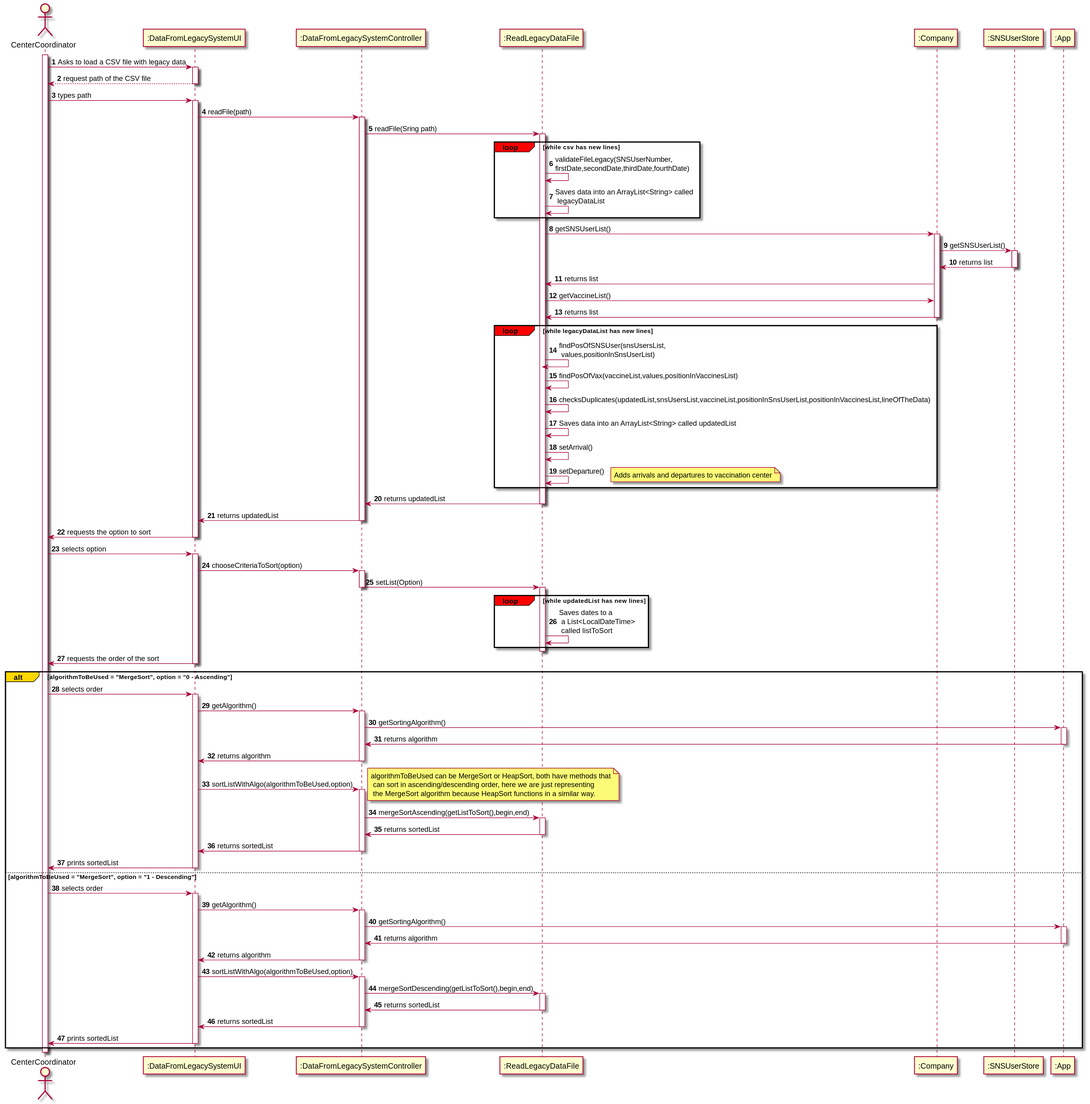
Earlier version of the PlantUML export docs/SprintD/US017/US017_SD.svg (Pirussa/lei-22-s2-1da-g02).
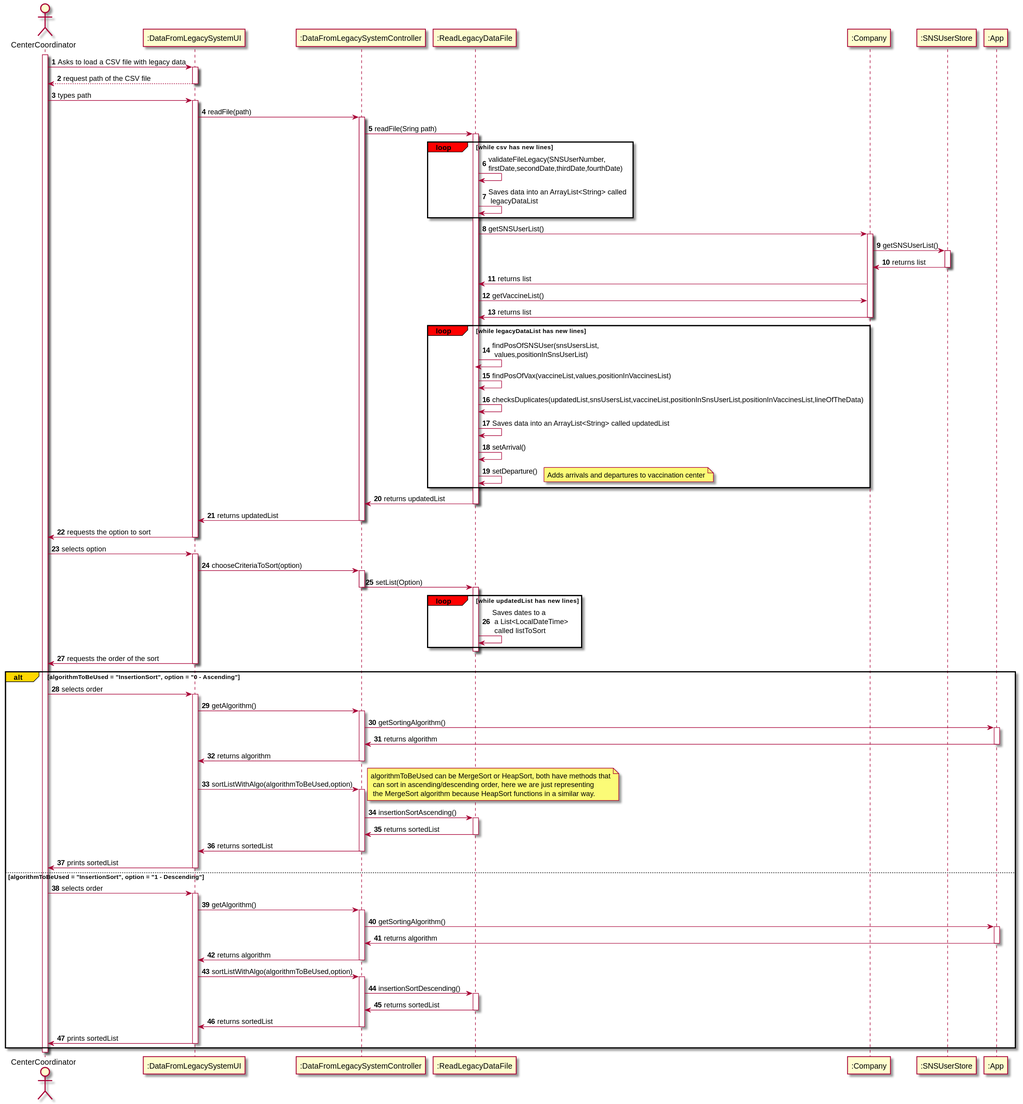
After the change.

Commit message:
US017 - ESOFT - Updating diagrams to reflect recent changes

Change to the diagram source:
```diff
@@ -93,7 +93,7 @@
 deactivate RDLF
 UI -> CC: requests the order of the sort
 deactivate UI
-alt#Gold algorithmToBeUsed = "MergeSort", option = "0 - Ascending"
+alt#Gold algorithmToBeUsed = "InsertionSort", option = "0 - Ascending"
 CC -> UI: selects order
 activate UI
 
@@ -114,7 +114,7 @@
 note right: algorithmToBeUsed can be MergeSort or HeapSort, both have methods that\n can sort in ascending/descending order, here we are just representing \n the MergeSort algorithm because HeapSort functions in a similar way.
 activate CTRL
 
-CTRL -> RDLF : mergeSortAscending(getListToSort(),begin,end)
+CTRL -> RDLF : insertionSortAscending()
 activate RDLF
 
 
@@ -127,7 +127,7 @@
 
 UI -> CC : prints sortedList
 deactivate UI
-else algorithmToBeUsed = "MergeSort", option = "1 - Descending"
+else algorithmToBeUsed = "InsertionSort", option = "1 - Descending"
 CC -> UI: selects order
 activate UI
 
@@ -147,7 +147,7 @@
 UI -> CTRL: sortListWithAlgo(algorithmToBeUsed,option)
 activate CTRL
 
-CTRL -> RDLF : mergeSortDescending(getListToSort(),begin,end)
+CTRL -> RDLF : insertionSortDescending()
 activate RDLF
 
 RDLF -> CTRL : returns sortedList
```
